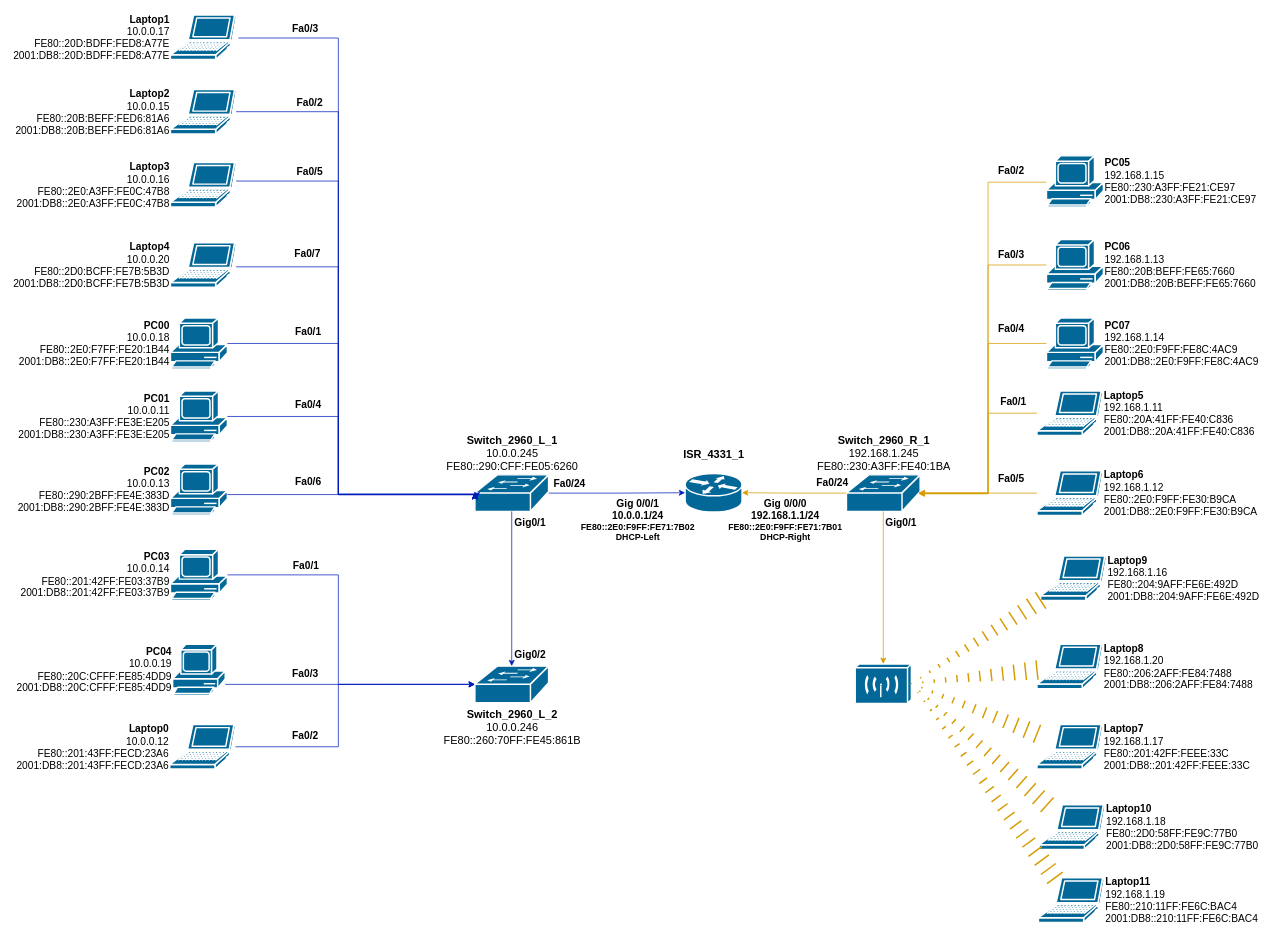
This is Topoligy.drawio from MijsBjornPXL/WPL1_Netwerkdocumentatie, a draw.io file, before an edit. Source tidied: cells renumbered, new cells numbered last; positions are measured from the earlier drawing's top-left corner, leaving out a move shared by most shapes. Both pictures are drawn from the tidied source at 73%, with x=0, y=0 at pixel (169, 15).
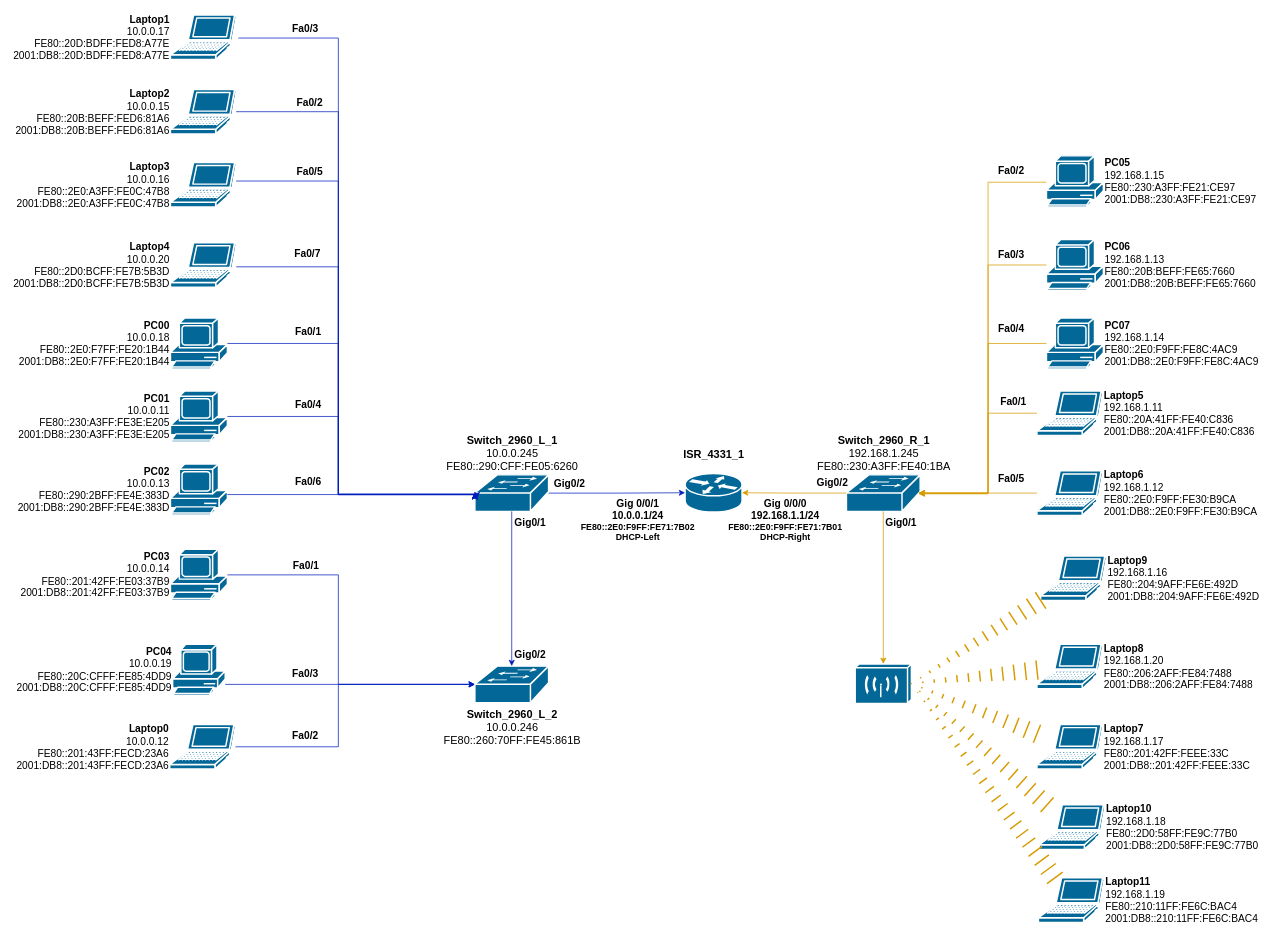
The same page after the edit.

Diff of the diagram source:
```diff
@@
-    <mxCell id="53" value="&lt;span style=&quot;font-size: 14px;&quot;&gt;&lt;b&gt;Fa0/24&lt;/b&gt;&lt;/span&gt;" style="text;strokeColor=none;align=center;fillColor=none;html=1;verticalAlign=middle;whiteSpace=wrap;rounded=0;" parent="1" vertex="1">
+    <mxCell id="53" value="&lt;span style=&quot;font-size: 14px;&quot;&gt;&lt;b&gt;Gig0/2&lt;/b&gt;&lt;/span&gt;" style="text;strokeColor=none;align=center;fillColor=none;html=1;verticalAlign=middle;whiteSpace=wrap;rounded=0;" parent="1" vertex="1">
       <mxGeometry x="503" y="627" width="90" height="30" as="geometry" />
     </mxCell>
-    <mxCell id="54" value="&lt;span style=&quot;font-size: 14px;&quot;&gt;&lt;b&gt;Fa0/24&lt;/b&gt;&lt;/span&gt;" style="text;strokeColor=none;align=center;fillColor=none;html=1;verticalAlign=middle;whiteSpace=wrap;rounded=0;" parent="1" vertex="1">
+    <mxCell id="54" value="&lt;span style=&quot;font-size: 14px;&quot;&gt;&lt;b&gt;Gig0/2&lt;/b&gt;&lt;/span&gt;" style="text;strokeColor=none;align=center;fillColor=none;html=1;verticalAlign=middle;whiteSpace=wrap;rounded=0;" parent="1" vertex="1">
       <mxGeometry x="863" y="625.5" width="90" height="30" as="geometry" />
     </mxCell>
```
